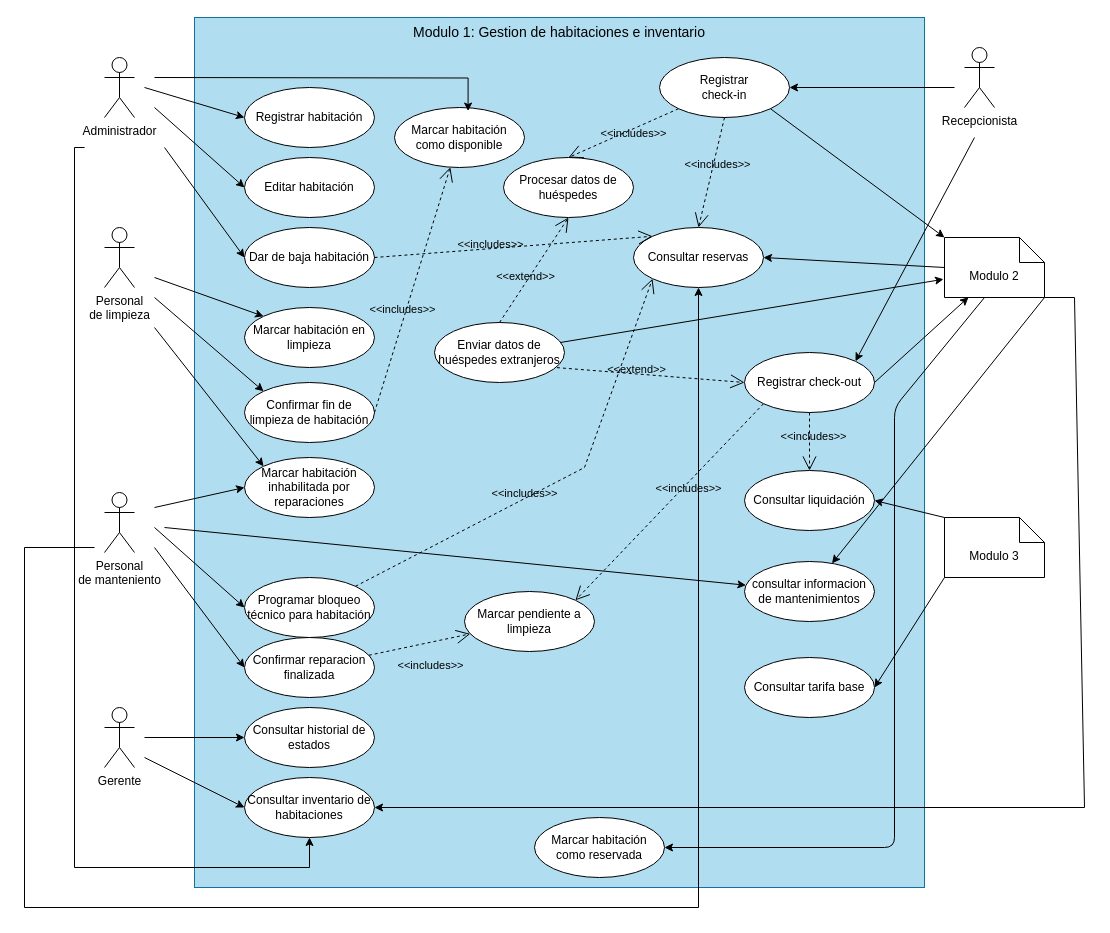
MirianMarriaga/hospitua-module-1 keeps this draw.io diagram as documentos/diagramas/cdu-modulo-1-d.drawio. Above is the earlier version. Source tidied: cells renumbered, new cells numbered last; positions are measured from the earlier drawing's top-left corner, leaving out a move shared by most shapes. Both pictures are drawn from the tidied source at 100%, with x=0, y=0 at pixel (24, 17).
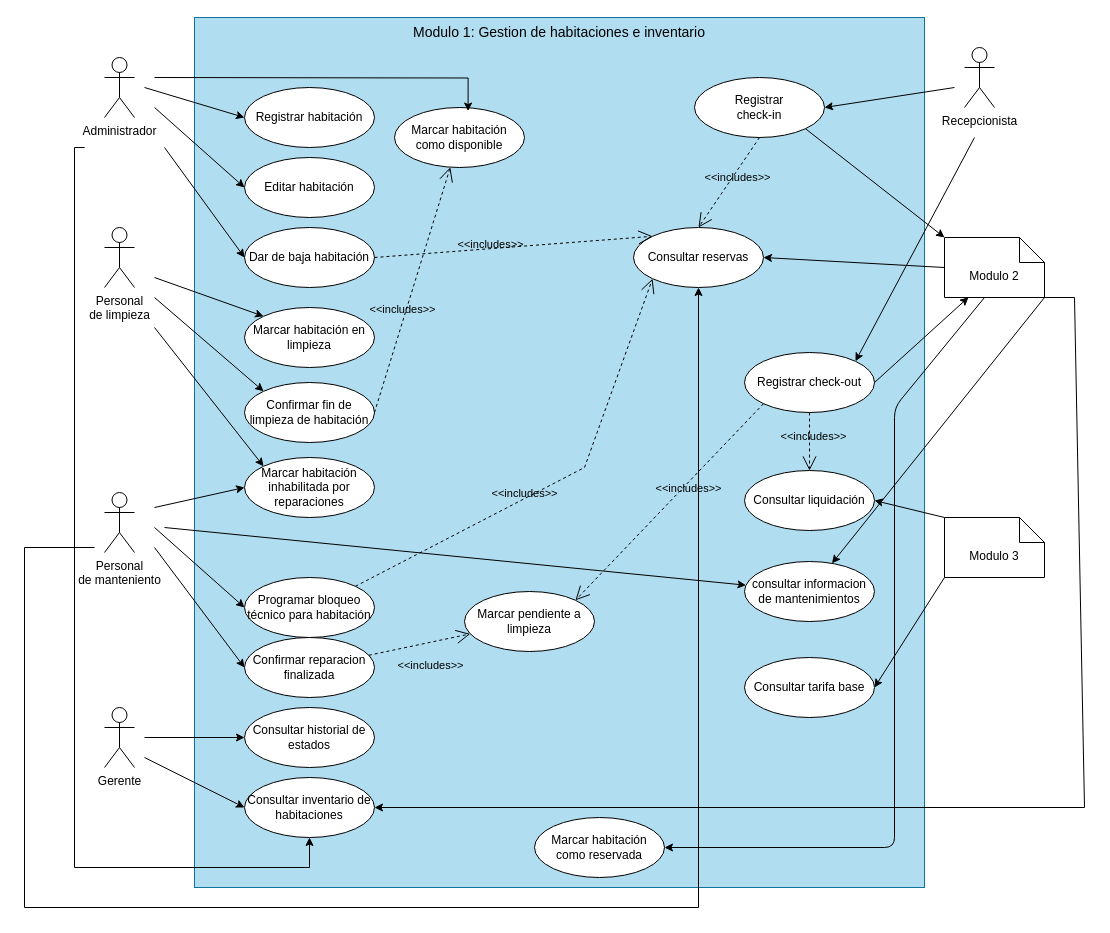
Above is the later version.

The change refers to these unchanged cells:
```xml
<mxCell id="7" value="Modulo 2" style="shape=note2;boundedLbl=1;whiteSpace=wrap;html=1;size=25;verticalAlign=top;align=center;labelBackgroundColor=none;" parent="1" vertex="1">
  <mxGeometry x="920" y="220" width="100" height="60" as="geometry" />
</mxCell>
<mxCell id="29" value="Registrar check-out" style="ellipse;whiteSpace=wrap;html=1;labelBackgroundColor=none;" parent="1" vertex="1">
  <mxGeometry x="720" y="335" width="130" height="60" as="geometry" />
</mxCell>
```

The edit, as a diff of the source:
```diff
@@
     <mxCell id="28" value="Registrar&lt;div&gt;check-in&lt;/div&gt;" style="ellipse;whiteSpace=wrap;html=1;labelBackgroundColor=none;" parent="1" vertex="1">
-      <mxGeometry x="635" y="40" width="130" height="60" as="geometry" />
+      <mxGeometry x="670" y="60" width="130" height="60" as="geometry" />
     </mxCell>
@@
-    <mxCell id="47" value="Enviar datos de huéspedes extranjeros" style="ellipse;whiteSpace=wrap;html=1;labelBackgroundColor=none;" parent="1" vertex="1">
-      <mxGeometry x="410" y="305" width="130" height="60" as="geometry" />
-    </mxCell>
-    <mxCell id="48" value="&amp;lt;&amp;lt;extend&amp;gt;&amp;gt;" style="endArrow=open;endSize=12;dashed=1;html=1;rounded=0;exitX=0.5;exitY=0;exitDx=0;exitDy=0;entryX=0.5;entryY=1;entryDx=0;entryDy=0;labelBackgroundColor=none;fontColor=default;" parent="1" edge="1" source="47" target="54">
-      <mxGeometry x="-0.16" y="4" relative="1" as="geometry" />
-    </mxCell>
@@
-    <mxCell id="52" style="endArrow=classic;html=1;rounded=0;endFill=1;entryX=-0.01;entryY=0.696;entryDx=0;entryDy=0;entryPerimeter=0;labelBackgroundColor=none;fontColor=default;" parent="1" edge="1" source="47" target="7">
-      <mxGeometry relative="1" as="geometry" />
-    </mxCell>
@@
-    <mxCell id="54" value="Procesar datos de huéspedes" style="ellipse;whiteSpace=wrap;html=1;labelBackgroundColor=none;" parent="1" vertex="1">
-      <mxGeometry x="479" y="140" width="130" height="60" as="geometry" />
-    </mxCell>
-    <mxCell id="55" value="&amp;lt;&amp;lt;includes&amp;gt;&amp;gt;" style="endArrow=open;endSize=12;dashed=1;html=1;rounded=0;exitX=0;exitY=1;exitDx=0;exitDy=0;entryX=0.5;entryY=0;entryDx=0;entryDy=0;labelBackgroundColor=none;fontColor=default;" parent="1" edge="1" source="28" target="54">
-      <mxGeometry x="-0.16" y="4" relative="1" as="geometry" />
-    </mxCell>
@@
-    <mxCell id="65" value="&amp;lt;&amp;lt;extend&amp;gt;&amp;gt;" style="endArrow=open;endSize=12;dashed=1;html=1;rounded=0;labelBackgroundColor=none;fontColor=default;exitX=0.942;exitY=0.752;exitDx=0;exitDy=0;entryX=0;entryY=0.5;entryDx=0;entryDy=0;exitPerimeter=0;" parent="1" edge="1" source="47" target="29">
-      <mxGeometry x="-0.16" y="4" relative="1" as="geometry" />
-    </mxCell>
```
